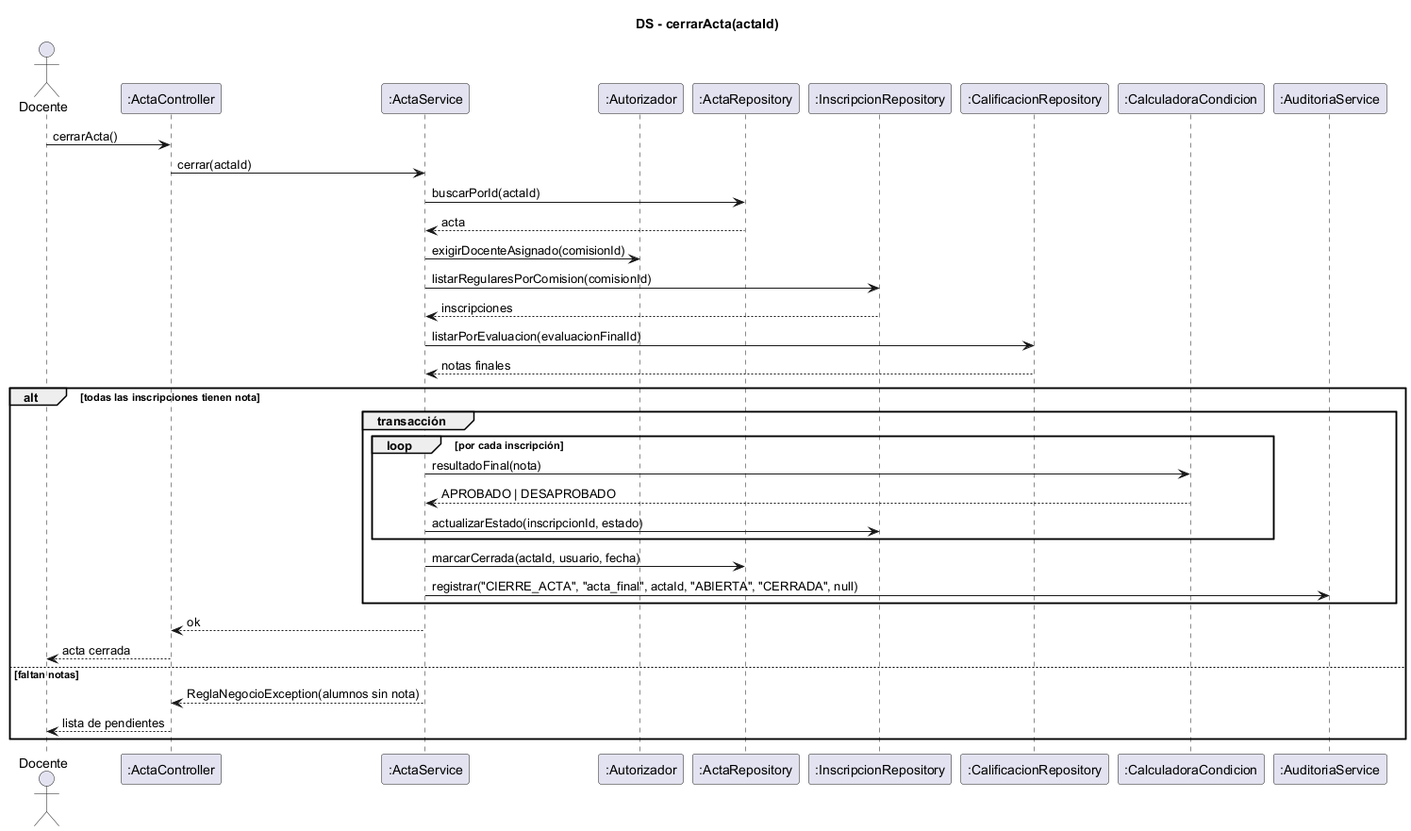
Above: document/diagramas/ds-cerrar-acta.png in ISMAELALTHENOFER/BACKOFFICE-ACADEMICO-ITEC-N-1 (PlantUML), before the change.
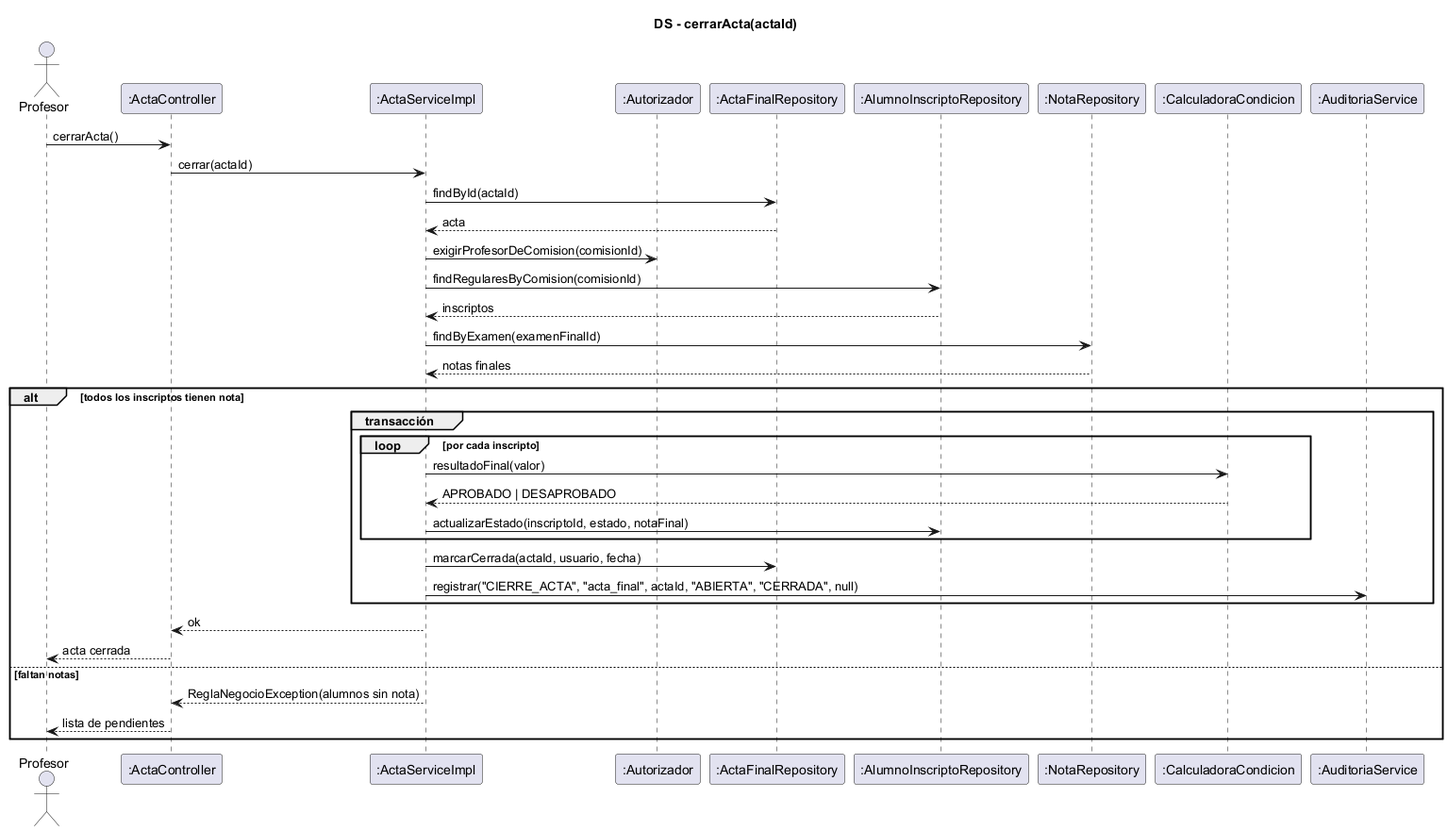
Above is the later version.

Change to the diagram source:
```diff
@@ -1,39 +1,39 @@
 @startuml ds-cerrar-acta
 skinparam shadowing false
 title DS - cerrarActa(actaId)
-actor Docente
+actor Profesor
 participant ":ActaController" as C
-participant ":ActaService" as S
+participant ":ActaServiceImpl" as S
 participant ":Autorizador" as AU
-participant ":ActaRepository" as AC
-participant ":InscripcionRepository" as IR
-participant ":CalificacionRepository" as CR
+participant ":ActaFinalRepository" as AC
+participant ":AlumnoInscriptoRepository" as IR
+participant ":NotaRepository" as NR
 participant ":CalculadoraCondicion" as CC
 participant ":AuditoriaService" as AUD
 
-Docente -> C : cerrarActa()
+Profesor -> C : cerrarActa()
 C -> S : cerrar(actaId)
-S -> AC : buscarPorId(actaId)
+S -> AC : findById(actaId)
 AC --> S : acta
-S -> AU : exigirDocenteAsignado(comisionId)
-S -> IR : listarRegularesPorComision(comisionId)
-IR --> S : inscripciones
-S -> CR : listarPorEvaluacion(evaluacionFinalId)
-CR --> S : notas finales
-alt todas las inscripciones tienen nota
+S -> AU : exigirProfesorDeComision(comisionId)
+S -> IR : findRegularesByComision(comisionId)
+IR --> S : inscriptos
+S -> NR : findByExamen(examenFinalId)
+NR --> S : notas finales
+alt todos los inscriptos tienen nota
   group transacción
-    loop por cada inscripción
-      S -> CC : resultadoFinal(nota)
+    loop por cada inscripto
+      S -> CC : resultadoFinal(valor)
       CC --> S : APROBADO | DESAPROBADO
-      S -> IR : actualizarEstado(inscripcionId, estado)
+      S -> IR : actualizarEstado(inscriptoId, estado, notaFinal)
     end
     S -> AC : marcarCerrada(actaId, usuario, fecha)
     S -> AUD : registrar("CIERRE_ACTA", "acta_final", actaId, "ABIERTA", "CERRADA", null)
   end
   S --> C : ok
-  C --> Docente : acta cerrada
+  C --> Profesor : acta cerrada
 else faltan notas
   S --> C : ReglaNegocioException(alumnos sin nota)
-  C --> Docente : lista de pendientes
+  C --> Profesor : lista de pendientes
 end
 @enduml
```
